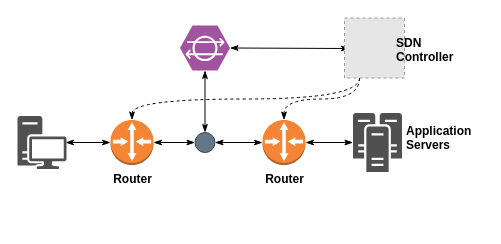
Before: stateful-processing.drawio in deepaknadig/draw.io, a draw.io diagram. Source tidied: cells renumbered, new cells numbered last; positions are measured from the earlier drawing's top-left corner, leaving out a move shared by most shapes. Both pictures are drawn from the tidied source at 100%, with x=0, y=0 at pixel (17, 17). Pictures stored in the file or linked from it are replaced by grey dashed boxes.
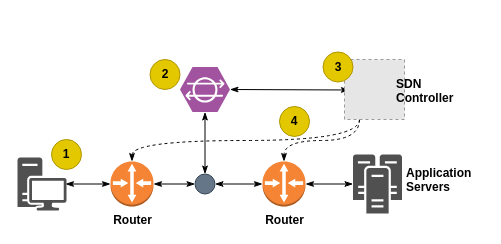
Above is the later version.

What changed in the source:
```diff
@@
+    <mxCell id="19" style="group;" parent="1" vertex="1">
+      <mxGeometry y="34.5" width="467" height="161.5" as="geometry" />
+    </mxCell>
-    <mxCell id="2" style="edgeStyle=none;rounded=0;jettySize=auto;html=1;entryX=0;entryY=0.5;entryDx=0;entryDy=0;entryPerimeter=0;startArrow=classicThin;startFill=1;endArrow=classicThin;endFill=1;" parent="1" edge="1" target="4">
+    <mxCell id="2" style="edgeStyle=none;rounded=0;jettySize=auto;html=1;entryX=0;entryY=0.5;entryDx=0;entryDy=0;entryPerimeter=0;startArrow=classicThin;startFill=1;endArrow=classicThin;endFill=1;" parent="19" edge="1" target="4">
       <mxGeometry relative="1" as="geometry">
-        <mxPoint x="48" y="125" as="sourcePoint" />
+        <mxPoint x="48" y="132" as="sourcePoint" />
       </mxGeometry>
     </mxCell>
-    <mxCell id="3" style="edgeStyle=none;rounded=0;jettySize=auto;html=1;exitX=1;exitY=0.5;exitDx=0;exitDy=0;exitPerimeter=0;entryX=0;entryY=0.5;entryDx=0;entryDy=0;startArrow=classicThin;startFill=1;endArrow=classicThin;endFill=1;" parent="1" edge="1" source="4" target="8">
-      <mxGeometry relative="1" as="geometry" />
-    </mxCell>
-    <mxCell id="4" value="&lt;b&gt;Router&lt;/b&gt;" style="outlineConnect=0;dashed=0;verticalLabelPosition=bottom;verticalAlign=top;align=center;html=1;shape=mxgraph.aws3.router;fillColor=#F58534;gradientColor=none;" parent="1" vertex="1">
-      <mxGeometry x="93" y="102.5" width="43" height="45" as="geometry" />
+    <mxCell id="4" value="&lt;b&gt;Router&lt;/b&gt;" style="outlineConnect=0;dashed=0;verticalLabelPosition=bottom;verticalAlign=top;align=center;html=1;shape=mxgraph.aws3.router;fillColor=#F58534;gradientColor=none;" parent="19" vertex="1">
+      <mxGeometry x="93" y="109.5" width="43" height="45" as="geometry" />
     </mxCell>
-    <mxCell id="5" style="edgeStyle=none;rounded=0;jettySize=auto;html=1;exitX=1;exitY=0.5;exitDx=0;exitDy=0;exitPerimeter=0;startArrow=classicThin;startFill=1;endArrow=classicThin;endFill=1;" parent="1" edge="1" source="6" target="9">
-      <mxGeometry relative="1" as="geometry" />
-    </mxCell>
-    <mxCell id="6" value="&lt;b&gt;Router&lt;/b&gt;" style="outlineConnect=0;dashed=0;verticalLabelPosition=bottom;verticalAlign=top;align=center;html=1;shape=mxgraph.aws3.router;fillColor=#F58534;gradientColor=none;" parent="1" vertex="1">
-      <mxGeometry x="245" y="102.5" width="43" height="45" as="geometry" />
+    <mxCell id="6" value="&lt;b&gt;Router&lt;/b&gt;" style="outlineConnect=0;dashed=0;verticalLabelPosition=bottom;verticalAlign=top;align=center;html=1;shape=mxgraph.aws3.router;fillColor=#F58534;gradientColor=none;" parent="19" vertex="1">
+      <mxGeometry x="245" y="109.5" width="43" height="45" as="geometry" />
     </mxCell>
-    <mxCell id="7" style="edgeStyle=none;rounded=0;jettySize=auto;html=1;exitX=1;exitY=0.5;exitDx=0;exitDy=0;entryX=0;entryY=0.5;entryDx=0;entryDy=0;entryPerimeter=0;startArrow=classicThin;startFill=1;endArrow=classicThin;endFill=1;" parent="1" edge="1" source="8" target="6">
+    <mxCell id="7" style="edgeStyle=none;rounded=0;jettySize=auto;html=1;exitX=1;exitY=0.5;exitDx=0;exitDy=0;entryX=0;entryY=0.5;entryDx=0;entryDy=0;entryPerimeter=0;startArrow=classicThin;startFill=1;endArrow=classicThin;endFill=1;" parent="19" edge="1" source="8" target="6">
       <mxGeometry relative="1" as="geometry" />
     </mxCell>
-    <mxCell id="8" style="ellipse;whiteSpace=wrap;html=1;fillColor=#647687;strokeColor=#314354;fontColor=#ffffff;" parent="1" vertex="1">
-      <mxGeometry x="177.5" y="115" width="20" height="20" as="geometry" />
+    <mxCell id="8" style="ellipse;whiteSpace=wrap;html=1;fillColor=#647687;strokeColor=#314354;fontColor=#ffffff;" parent="19" vertex="1">
+      <mxGeometry x="177.5" y="122" width="20" height="20" as="geometry" />
     </mxCell>
+    <mxCell id="3" style="edgeStyle=none;rounded=0;jettySize=auto;html=1;exitX=1;exitY=0.5;exitDx=0;exitDy=0;exitPerimeter=0;entryX=0;entryY=0.5;entryDx=0;entryDy=0;startArrow=classicThin;startFill=1;endArrow=classicThin;endFill=1;" parent="19" edge="1" source="4" target="8">
+      <mxGeometry relative="1" as="geometry" />
+    </mxCell>
-    <mxCell id="9" style="shadow=0;dashed=0;html=1;strokeColor=none;fillColor=#505050;labelPosition=center;verticalLabelPosition=bottom;verticalAlign=top;outlineConnect=0;align=center;shape=mxgraph.office.servers.cluster_server;" parent="1" vertex="1">
-      <mxGeometry x="335.5" y="95.5" width="49" height="59" as="geometry" />
+    <mxCell id="9" style="shadow=0;dashed=0;html=1;strokeColor=none;fillColor=#505050;labelPosition=center;verticalLabelPosition=bottom;verticalAlign=top;outlineConnect=0;align=center;shape=mxgraph.office.servers.cluster_server;" parent="19" vertex="1">
+      <mxGeometry x="335.5" y="102.5" width="49" height="59" as="geometry" />
     </mxCell>
+    <mxCell id="5" style="edgeStyle=none;rounded=0;jettySize=auto;html=1;exitX=1;exitY=0.5;exitDx=0;exitDy=0;exitPerimeter=0;startArrow=classicThin;startFill=1;endArrow=classicThin;endFill=1;" parent="19" edge="1" source="6" target="9">
+      <mxGeometry relative="1" as="geometry" />
+    </mxCell>
-    <mxCell id="10" style="rounded=0;jettySize=auto;html=1;exitX=0.5;exitY=1;exitDx=0;exitDy=0;exitPerimeter=0;entryX=0.5;entryY=0;entryDx=0;entryDy=0;startArrow=classicThin;startFill=1;endArrow=classicThin;endFill=1;" parent="1" edge="1" source="12" target="8">
+    <mxCell id="10" style="rounded=0;jettySize=auto;html=1;exitX=0.5;exitY=1;exitDx=0;exitDy=0;exitPerimeter=0;entryX=0.5;entryY=0;entryDx=0;entryDy=0;startArrow=classicThin;startFill=1;endArrow=classicThin;endFill=1;" parent="19" edge="1" source="12" target="8">
       <mxGeometry relative="1" as="geometry" />
     </mxCell>
-    <mxCell id="11" style="edgeStyle=none;rounded=0;jettySize=auto;html=1;exitX=1;exitY=0.5;exitDx=0;exitDy=0;exitPerimeter=0;startArrow=classicThin;startFill=1;endArrow=classicThin;endFill=1;" parent="1" edge="1" source="12">
+    <mxCell id="11" style="edgeStyle=none;rounded=0;jettySize=auto;html=1;exitX=1;exitY=0.5;exitDx=0;exitDy=0;exitPerimeter=0;startArrow=classicThin;startFill=1;endArrow=classicThin;endFill=1;" parent="19" edge="1" source="12">
       <mxGeometry relative="1" as="geometry">
-        <mxPoint x="332" y="31" as="targetPoint" />
+        <mxPoint x="332" y="38" as="targetPoint" />
       </mxGeometry>
     </mxCell>
-    <mxCell id="12" style="verticalLabelPosition=bottom;html=1;fillColor=#A153A0;verticalAlign=top;align=center;points=[[0.25,0,0],[0.5,0,0],[0.75,0,0],[1,0.5,0],[0.75,1,0],[0.5,1,0],[0.25,1,0],[0,0.5,0],[0.125,0.25,0],[0.125,0.75,0],[0.875,0.25,0],[0.875,0.75,0]];shape=mxgraph.cisco_safe.design.intrusion_detection;" parent="1" vertex="1">
-      <mxGeometry x="162.5" y="8" width="50" height="45" as="geometry" />
+    <mxCell id="12" style="verticalLabelPosition=bottom;html=1;fillColor=#A153A0;verticalAlign=top;align=center;points=[[0.25,0,0],[0.5,0,0],[0.75,0,0],[1,0.5,0],[0.75,1,0],[0.5,1,0],[0.25,1,0],[0,0.5,0],[0.125,0.25,0],[0.125,0.75,0],[0.875,0.25,0],[0.875,0.75,0]];shape=mxgraph.cisco_safe.design.intrusion_detection;" parent="19" vertex="1">
+      <mxGeometry x="162.5" y="15" width="50" height="45" as="geometry" />
     </mxCell>
-    <mxCell id="13" style="edgeStyle=orthogonalEdgeStyle;curved=1;rounded=0;jettySize=auto;html=1;exitX=0.25;exitY=1;exitDx=0;exitDy=0;entryX=0.5;entryY=0;entryDx=0;entryDy=0;entryPerimeter=0;dashed=1;startArrow=none;startFill=0;endArrow=classicThin;endFill=1;strokeColor=#000000;" parent="1" edge="1" source="15" target="4">
+    <mxCell id="13" style="edgeStyle=orthogonalEdgeStyle;curved=1;rounded=0;jettySize=auto;html=1;exitX=0.25;exitY=1;exitDx=0;exitDy=0;entryX=0.5;entryY=0;entryDx=0;entryDy=0;entryPerimeter=0;dashed=1;startArrow=none;startFill=0;endArrow=classicThin;endFill=1;strokeColor=#000000;" parent="19" edge="1" source="15" target="4">
       <mxGeometry relative="1" as="geometry" />
     </mxCell>
-    <mxCell id="14" style="edgeStyle=orthogonalEdgeStyle;curved=1;rounded=0;jettySize=auto;html=1;exitX=0.25;exitY=1;exitDx=0;exitDy=0;dashed=1;startArrow=none;startFill=0;endArrow=classicThin;endFill=1;strokeColor=#000000;" parent="1" edge="1" source="15" target="6">
+    <mxCell id="14" style="edgeStyle=orthogonalEdgeStyle;curved=1;rounded=0;jettySize=auto;html=1;exitX=0.25;exitY=1;exitDx=0;exitDy=0;dashed=1;startArrow=none;startFill=0;endArrow=classicThin;endFill=1;strokeColor=#000000;" parent="19" edge="1" source="15" target="6">
       <mxGeometry relative="1" as="geometry" />
     </mxCell>
-    <mxCell id="15" style="fillColor=#E6E6E6;strokeColor=#999999;dashed=1;html=1;verticalAlign=top;verticalLabelPosition=bottom;labelBackgroundColor=#ffffff;" parent="1" vertex="1">
-      <mxGeometry x="327" y="0.5" width="60" height="60" as="geometry" />
+    <mxCell id="15" style="fillColor=#E6E6E6;strokeColor=#999999;dashed=1;html=1;verticalAlign=top;verticalLabelPosition=bottom;labelBackgroundColor=#ffffff;" parent="19" vertex="1">
+      <mxGeometry x="327" y="7.5" width="60" height="60" as="geometry" />
     </mxCell>
-    <mxCell id="16" value="&lt;div&gt;&lt;b&gt;SDN&lt;/b&gt;&lt;/div&gt;&lt;div&gt;&lt;b&gt;Controller&lt;br&gt;&lt;/b&gt;&lt;/div&gt;" style="text;html=1;align=left;verticalAlign=top;spacingTop=-4;" parent="1" vertex="1">
-      <mxGeometry x="377" y="15.5" width="70" height="30" as="geometry" />
+    <mxCell id="16" value="&lt;div&gt;&lt;b&gt;SDN&lt;/b&gt;&lt;/div&gt;&lt;div&gt;&lt;b&gt;Controller&lt;br&gt;&lt;/b&gt;&lt;/div&gt;" style="text;html=1;align=left;verticalAlign=top;spacingTop=-4;" parent="19" vertex="1">
+      <mxGeometry x="377" y="22.5" width="70" height="30" as="geometry" />
     </mxCell>
-    <mxCell id="17" value="&lt;div&gt;&lt;b&gt;Application&lt;/b&gt;&lt;/div&gt;&lt;div&gt;&lt;b&gt;Servers&lt;br&gt;&lt;/b&gt;&lt;/div&gt;" style="text;html=1;align=left;verticalAlign=top;spacingTop=-4;" parent="1" vertex="1">
-      <mxGeometry x="387" y="104" width="80" height="30" as="geometry" />
+    <mxCell id="17" value="&lt;div&gt;&lt;b&gt;Application&lt;/b&gt;&lt;/div&gt;&lt;div&gt;&lt;b&gt;Servers&lt;br&gt;&lt;/b&gt;&lt;/div&gt;" style="text;html=1;align=left;verticalAlign=top;spacingTop=-4;" parent="19" vertex="1">
+      <mxGeometry x="387" y="111" width="80" height="30" as="geometry" />
     </mxCell>
-    <mxCell id="18" style="shadow=0;dashed=0;html=1;strokeColor=none;fillColor=#505050;labelPosition=center;verticalLabelPosition=bottom;verticalAlign=top;align=center;shape=mxgraph.office.devices.workstation;" parent="1" vertex="1">
-      <mxGeometry y="98.5" width="49" height="53" as="geometry" />
+    <mxCell id="18" style="shadow=0;dashed=0;html=1;strokeColor=none;fillColor=#505050;labelPosition=center;verticalLabelPosition=bottom;verticalAlign=top;align=center;shape=mxgraph.office.devices.workstation;" parent="19" vertex="1">
+      <mxGeometry y="105.5" width="49" height="53" as="geometry" />
     </mxCell>
+    <mxCell id="20" value="&lt;b&gt;1&lt;/b&gt;" style="ellipse;whiteSpace=wrap;html=1;fillColor=#e3c800;align=center;strokeColor=#B09500;fontColor=#000000;" parent="19" vertex="1">
+      <mxGeometry x="34" y="87.5" width="30" height="30" as="geometry" />
+    </mxCell>
+    <mxCell id="21" value="&lt;b&gt;2&lt;/b&gt;" style="ellipse;whiteSpace=wrap;html=1;fillColor=#e3c800;align=center;strokeColor=#B09500;fontColor=#000000;" parent="19" vertex="1">
+      <mxGeometry x="132.5" y="7.5" width="30" height="30" as="geometry" />
+    </mxCell>
+    <mxCell id="22" value="&lt;b&gt;3&lt;/b&gt;" style="ellipse;whiteSpace=wrap;html=1;fillColor=#e3c800;align=center;strokeColor=#B09500;fontColor=#000000;" parent="19" vertex="1">
+      <mxGeometry x="305.5" width="30" height="30" as="geometry" />
+    </mxCell>
+    <mxCell id="23" value="4" style="ellipse;whiteSpace=wrap;html=1;fillColor=#e3c800;align=center;strokeColor=#B09500;fontColor=#000000;fontStyle=1;" parent="19" vertex="1">
+      <mxGeometry x="262" y="54.5" width="30" height="30" as="geometry" />
+    </mxCell>
```
